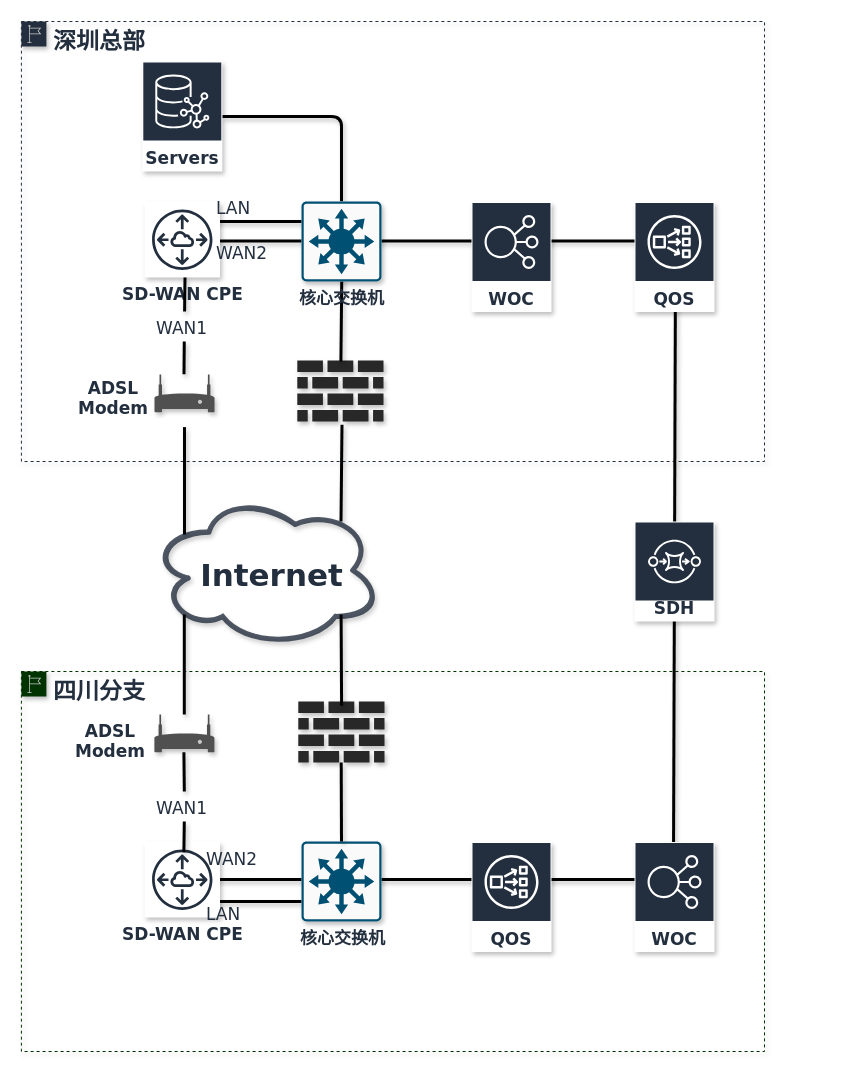
This is page "当前拓扑" (1 of 6) of Untitled Diagram.drawio from ZILLIONTSANG/NetworkDiagrams, a draw.io file, before an edit. Source tidied: cells renumbered, new cells numbered last; positions are measured from the earlier drawing's top-left corner, leaving out a move shared by most shapes. Both pictures are drawn from the tidied source at 100%, with x=0, y=0 at pixel (21, 21).
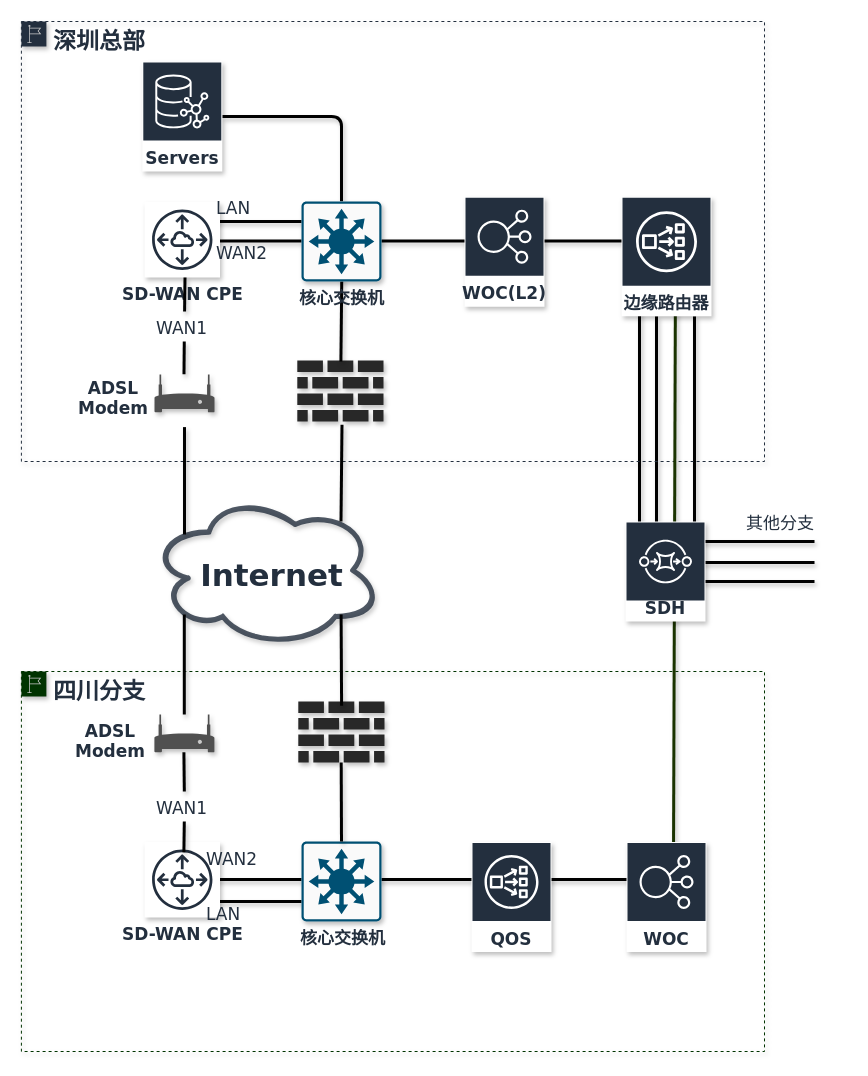
After the change.

What changed in the source:
```diff
@@
+    <mxCell id="47" style="edgeStyle=orthogonalEdgeStyle;rounded=0;orthogonalLoop=1;jettySize=auto;html=1;endArrow=none;endFill=0;strokeWidth=3;fontFamily=Verdana;fontSize=17;fontColor=#232F3E;shadow=1;" parent="1" edge="1">
+      <mxGeometry relative="1" as="geometry">
+        <mxPoint x="619" y="288" as="sourcePoint" />
+        <mxPoint x="793" y="520" as="targetPoint" />
+        <Array as="points">
+          <mxPoint x="618" y="288" />
+          <mxPoint x="618" y="520" />
+        </Array>
+      </mxGeometry>
+    </mxCell>
+    <mxCell id="48" style="edgeStyle=orthogonalEdgeStyle;rounded=0;jettySize=auto;html=1;endArrow=none;endFill=0;strokeWidth=3;fontFamily=Verdana;fontSize=17;fontColor=#232F3E;shadow=1;" parent="1" edge="1" source="10">
+      <mxGeometry relative="1" as="geometry">
+        <mxPoint x="793" y="560" as="targetPoint" />
+        <Array as="points">
+          <mxPoint x="673" y="560" />
+        </Array>
+      </mxGeometry>
+    </mxCell>
+    <mxCell id="49" style="edgeStyle=orthogonalEdgeStyle;rounded=0;jettySize=auto;html=1;endArrow=none;endFill=0;strokeWidth=3;fontFamily=Verdana;fontSize=17;fontColor=#232F3E;shadow=1;" parent="1" edge="1" source="10">
+      <mxGeometry relative="1" as="geometry">
+        <mxPoint x="793" y="541" as="targetPoint" />
+        <Array as="points">
+          <mxPoint x="635" y="541" />
+        </Array>
+      </mxGeometry>
+    </mxCell>
@@
-    <mxCell id="6" style="edgeStyle=none;rounded=0;orthogonalLoop=1;jettySize=auto;html=1;endArrow=none;endFill=0;strokeWidth=3;fontFamily=Verdana;fontSize=17;fontColor=#232F3E;shadow=1;" parent="1" edge="1">
+    <mxCell id="6" style="edgeStyle=none;rounded=0;orthogonalLoop=1;jettySize=auto;html=1;endArrow=none;endFill=0;strokeWidth=3;fontFamily=Verdana;fontSize=17;fontColor=#232F3E;shadow=1;strokeColor=#1A3300;" parent="1" edge="1">
       <mxGeometry relative="1" as="geometry">
         <mxPoint x="654" y="240" as="sourcePoint" />
         <mxPoint x="652" y="840" as="targetPoint" />
       </mxGeometry>
     </mxCell>
@@
-    <mxCell id="9" value="WOC" style="fontColor=#232F3E;gradientColor=none;strokeColor=#ffffff;fillColor=#232F3E;dashed=0;verticalLabelPosition=middle;verticalAlign=bottom;align=center;html=1;whiteSpace=wrap;fontSize=17;fontStyle=1;spacing=3;shape=mxgraph.aws4.productIcon;prIcon=mxgraph.aws4.elastic_load_balancing;fontFamily=Verdana;shadow=1;" parent="1" vertex="1">
-      <mxGeometry x="450" y="180.5" width="80" height="110" as="geometry" />
-    </mxCell>
-    <mxCell id="10" value="QOS" style="outlineConnect=0;fontColor=#232F3E;gradientColor=none;strokeColor=#ffffff;fillColor=#232F3E;dashed=0;verticalLabelPosition=middle;verticalAlign=bottom;align=center;html=1;whiteSpace=wrap;fontSize=17;fontStyle=1;spacing=3;shape=mxgraph.aws4.productIcon;prIcon=mxgraph.aws4.network_load_balancer;fontFamily=Verdana;shadow=1;" parent="1" vertex="1">
-      <mxGeometry x="613" y="180.5" width="80" height="110" as="geometry" />
+    <mxCell id="10" value="边缘路由器" style="outlineConnect=0;fontColor=#232F3E;gradientColor=none;strokeColor=#ffffff;fillColor=#232F3E;dashed=0;verticalLabelPosition=middle;verticalAlign=bottom;align=center;html=1;whiteSpace=wrap;fontSize=17;fontStyle=1;spacing=3;shape=mxgraph.aws4.productIcon;prIcon=mxgraph.aws4.network_load_balancer;fontFamily=Verdana;shadow=1;" parent="1" vertex="1">
+      <mxGeometry x="600" y="175.2" width="90" height="119.5" as="geometry" />
     </mxCell>
@@
     <mxCell id="17" value="WOC" style="fontColor=#232F3E;gradientColor=none;strokeColor=#ffffff;fillColor=#232F3E;dashed=0;verticalLabelPosition=middle;verticalAlign=bottom;align=center;html=1;whiteSpace=wrap;fontSize=17;fontStyle=1;spacing=3;shape=mxgraph.aws4.productIcon;prIcon=mxgraph.aws4.elastic_load_balancing;fontFamily=Verdana;shadow=1;" parent="1" vertex="1">
-      <mxGeometry x="613" y="820.5" width="80" height="110" as="geometry" />
+      <mxGeometry x="605" y="820.5" width="80" height="110" as="geometry" />
     </mxCell>
     <mxCell id="18" value="SDH" style="fontColor=#232F3E;gradientColor=none;strokeColor=#ffffff;fillColor=#232F3E;dashed=0;verticalLabelPosition=middle;verticalAlign=bottom;align=center;html=1;whiteSpace=wrap;fontSize=17;fontStyle=1;spacing=3;shape=mxgraph.aws4.productIcon;prIcon=mxgraph.aws4.sqs;fontFamily=Verdana;shadow=1;" parent="1" vertex="1">
-      <mxGeometry x="613" y="500" width="80" height="100" as="geometry" />
+      <mxGeometry x="604" y="500" width="80" height="100" as="geometry" />
     </mxCell>
@@
+    <mxCell id="50" value="&lt;div style=&quot;text-align: center&quot;&gt;&lt;font face=&quot;verdana&quot;&gt;其他分支&lt;/font&gt;&lt;/div&gt;" style="text;whiteSpace=wrap;html=1;fontSize=17;fontFamily=Verdana;fontColor=#232F3E;shadow=1;" parent="1" vertex="1">
+      <mxGeometry x="723" y="485" width="100" height="40" as="geometry" />
+    </mxCell>
+    <mxCell id="51" value="WOC(L2)" style="fontColor=#232F3E;gradientColor=none;strokeColor=#ffffff;fillColor=#232F3E;dashed=0;verticalLabelPosition=middle;verticalAlign=bottom;align=center;html=1;whiteSpace=wrap;fontSize=17;fontStyle=1;spacing=3;shape=mxgraph.aws4.productIcon;prIcon=mxgraph.aws4.elastic_load_balancing;fontFamily=Verdana;shadow=1;" parent="1" vertex="1">
+      <mxGeometry x="443" y="175.2" width="80" height="110" as="geometry" />
+    </mxCell>
```
